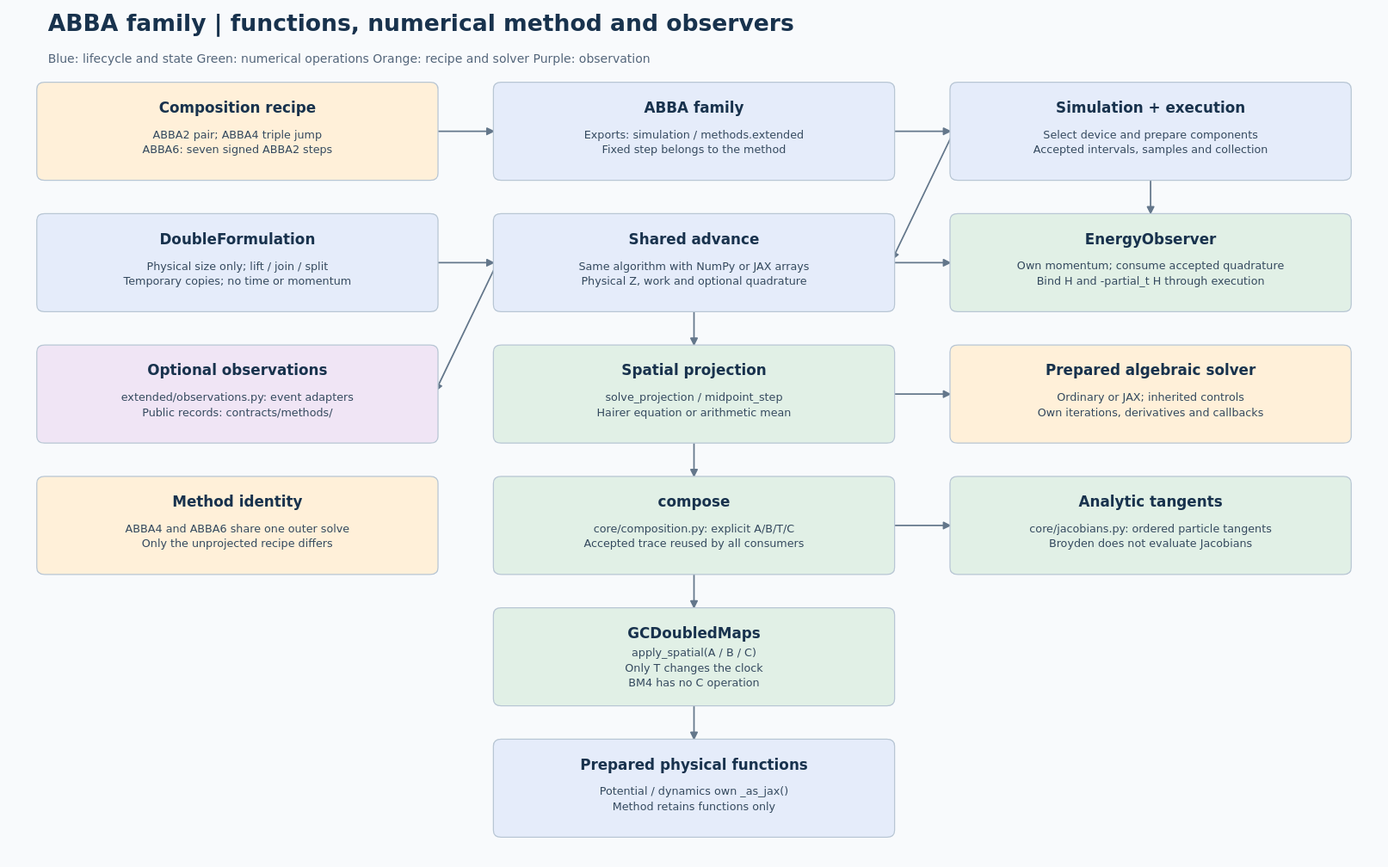
This is docs/models/abba/simulation/abba-numerical-architecture.svg from Jugibe-52/GC2D_intranet, a PlantUML export, as it was before one commit. Its source is kept beside it as docs/models/abba/simulation/abba-numerical-architecture.puml.
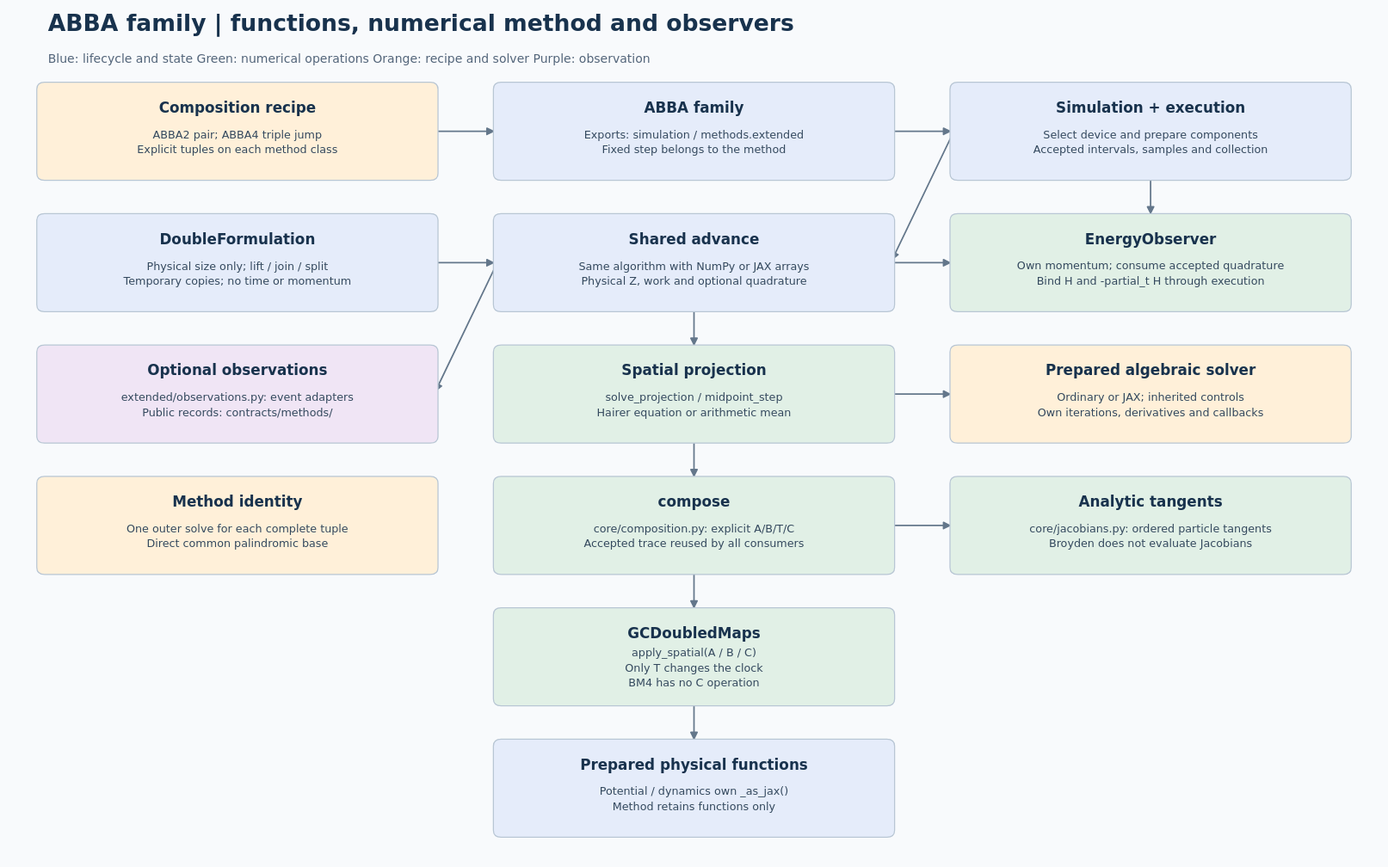
Later version of the same file.

Change to the diagram source:
```diff
@@ -2,7 +2,7 @@
 digraph architecture {
   graph [rankdir=TB, bgcolor="#f8fafc"];
   node [shape=box, style="rounded,filled", fontname="DejaVu Sans"];
-  recipe [label="Composition recipe\nABBA2 pair; ABBA4 triple jump\nABBA6: seven signed ABBA2 steps", fillcolor="#fff0d9"];
+  recipe [label="Composition recipe\nABBA2 pair; ABBA4 triple jump\nExplicit tuples on each method class", fillcolor="#fff0d9"];
   method [label="ABBA family\nExports: simulation / methods.extended\nFixed step belongs to the method", fillcolor="#e5ecfa"];
   driver [label="Simulation + execution\nSelect device and prepare components\nAccepted intervals, samples and collection", fillcolor="#e5ecfa"];
   state [label="DoubleFormulation\nPhysical size only; lift / join / split\nTemporary copies; no time or momentum", fillcolor="#e5ecfa"];
@@ -11,7 +11,7 @@
   observe [label="Optional observations\nextended/observations.py: event adapters\nPublic records: contracts/methods/", fillcolor="#f0e5f5"];
   projection [label="Spatial projection\nsolve_projection / midpoint_step\nHairer equation or arithmetic mean", fillcolor="#e1f0e6"];
   solver [label="Prepared algebraic solver\nOrdinary or JAX; inherited controls\nOwn iterations, derivatives and callbacks", fillcolor="#fff0d9"];
-  placement [label="Method identity\nABBA4 and ABBA6 share one outer solve\nOnly the unprojected recipe differs", fillcolor="#fff0d9"];
+  placement [label="Method identity\nOne outer solve for each complete tuple\nDirect common palindromic base", fillcolor="#fff0d9"];
   compose [label="compose\ncore/composition.py: explicit A/B/T/C\nAccepted trace reused by all consumers", fillcolor="#e1f0e6"];
   tangent [label="Analytic tangents\ncore/jacobians.py: ordered particle tangents\nBroyden does not evaluate Jacobians", fillcolor="#e1f0e6"];
   maps [label="GCDoubledMaps\napply_spatial(A / B / C)\nOnly T changes the clock\nBM4 has no C operation", fillcolor="#e1f0e6"];
```
